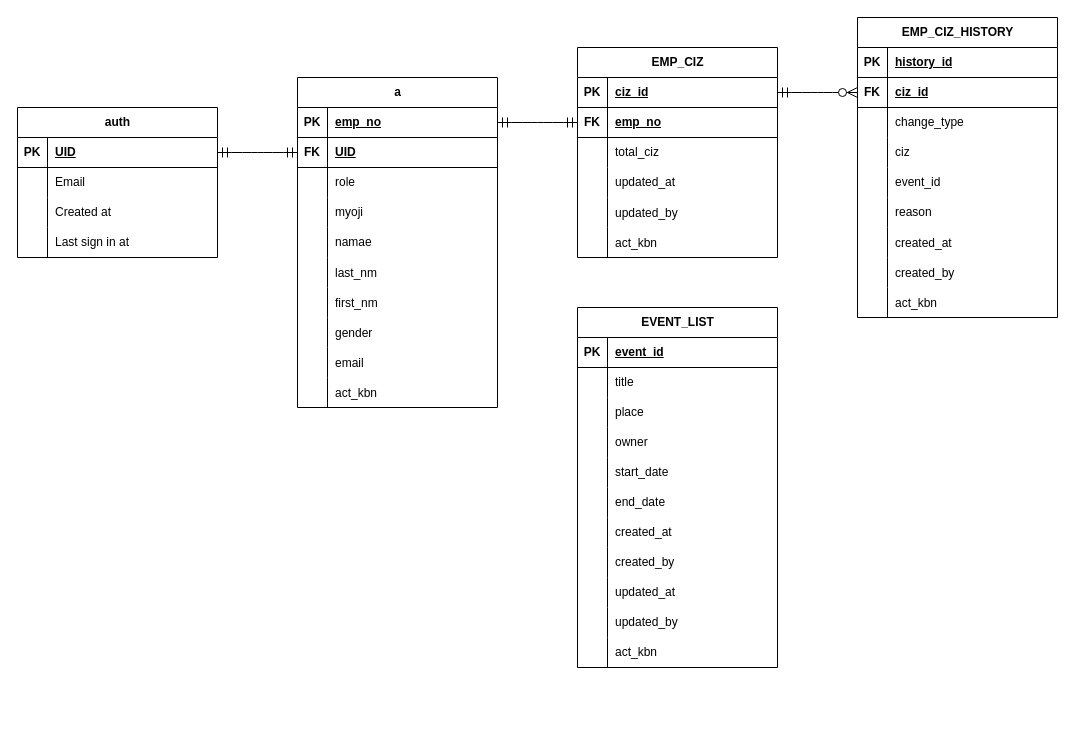
Above: sopha.drawio in FumiyaOtokozawa/sopha (draw.io), before the change. Source tidied: cells renumbered, new cells numbered last; positions are measured from the earlier drawing's top-left corner, leaving out a move shared by most shapes. Both pictures are drawn from the tidied source at 100%, with x=0, y=0 at pixel (17, 17).
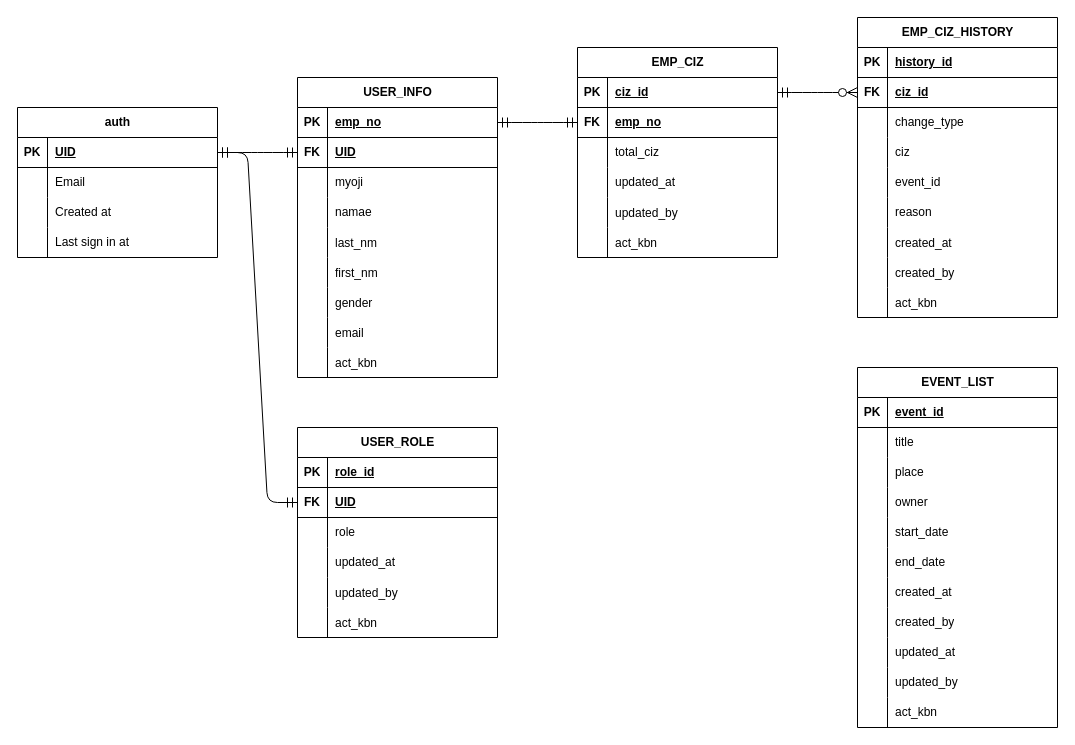
The same diagram, later.

Commit message:
sopha.drawio を更新します

Unchanged cells that the change refers to:
```xml
<mxCell id="3" style="shape=tableRow;horizontal=0;startSize=0;swimlaneHead=0;swimlaneBody=0;fillColor=none;points=[[0,0.5],[1,0.5]];portConstraint=eastwest;top=0;left=0;right=0;bottom=1;" parent="2" vertex="1">
  <mxGeometry y="30" width="200" height="30" as="geometry" />
</mxCell>
```

Change to the diagram source:
```diff
@@
-    <mxCell id="16" value="a" style="shape=table;startSize=30;childLayout=tableLayout;rowLines=0;fontStyle=1;align=center;html=1;" parent="1" vertex="1">
-      <mxGeometry x="280" y="60" width="200" height="330" as="geometry" />
+    <mxCell id="16" value="USER_INFO" style="shape=table;startSize=30;childLayout=tableLayout;rowLines=0;fontStyle=1;align=center;html=1;" parent="1" vertex="1">
+      <mxGeometry x="280" y="60" width="200" height="300" as="geometry" />
     </mxCell>
@@
-    <mxCell id="23" style="shape=tableRow;horizontal=0;startSize=0;swimlaneHead=0;swimlaneBody=0;fillColor=none;top=0;left=0;right=0;bottom=0;" parent="16" vertex="1">
-      <mxGeometry y="90" width="200" height="30" as="geometry" />
-    </mxCell>
-    <mxCell id="24" style="shape=partialRectangle;fillColor=none;top=0;left=0;bottom=0;right=0;overflow=hidden;whiteSpace=wrap;html=1;" parent="23" vertex="1">
-      <mxGeometry width="30" height="30" as="geometry" />
-    </mxCell>
-    <mxCell id="25" value="role" style="shape=partialRectangle;fillColor=none;top=0;left=0;bottom=0;right=0;align=left;spacingLeft=6;overflow=hidden;whiteSpace=wrap;html=1;" parent="23" vertex="1">
-      <mxGeometry x="30" width="170" height="30" as="geometry" />
-    </mxCell>
     <mxCell id="26" style="shape=tableRow;horizontal=0;startSize=0;swimlaneHead=0;swimlaneBody=0;fillColor=none;top=0;left=0;right=0;bottom=0;" parent="16" vertex="1">
-      <mxGeometry y="120" width="200" height="30" as="geometry" />
+      <mxGeometry y="90" width="200" height="30" as="geometry" />
     </mxCell>
@@
     <mxCell id="29" style="shape=tableRow;horizontal=0;startSize=0;swimlaneHead=0;swimlaneBody=0;fillColor=none;top=0;left=0;right=0;bottom=0;" parent="16" vertex="1">
-      <mxGeometry y="150" width="200" height="30" as="geometry" />
+      <mxGeometry y="120" width="200" height="30" as="geometry" />
     </mxCell>
@@
     <mxCell id="32" style="shape=tableRow;horizontal=0;startSize=0;swimlaneHead=0;swimlaneBody=0;fillColor=none;top=0;left=0;right=0;bottom=0;" parent="16" vertex="1">
-      <mxGeometry y="180" width="200" height="30" as="geometry" />
+      <mxGeometry y="150" width="200" height="30" as="geometry" />
     </mxCell>
@@
     <mxCell id="35" style="shape=tableRow;horizontal=0;startSize=0;swimlaneHead=0;swimlaneBody=0;fillColor=none;top=0;left=0;right=0;bottom=0;" parent="16" vertex="1">
-      <mxGeometry y="210" width="200" height="30" as="geometry" />
+      <mxGeometry y="180" width="200" height="30" as="geometry" />
     </mxCell>
@@
     <mxCell id="38" style="shape=tableRow;horizontal=0;startSize=0;swimlaneHead=0;swimlaneBody=0;fillColor=none;top=0;left=0;right=0;bottom=0;" parent="16" vertex="1">
-      <mxGeometry y="240" width="200" height="30" as="geometry" />
+      <mxGeometry y="210" width="200" height="30" as="geometry" />
     </mxCell>
@@
     <mxCell id="41" style="shape=tableRow;horizontal=0;startSize=0;swimlaneHead=0;swimlaneBody=0;fillColor=none;top=0;left=0;right=0;bottom=0;" parent="16" vertex="1">
-      <mxGeometry y="270" width="200" height="30" as="geometry" />
+      <mxGeometry y="240" width="200" height="30" as="geometry" />
     </mxCell>
@@
     <mxCell id="44" style="shape=tableRow;horizontal=0;startSize=0;swimlaneHead=0;swimlaneBody=0;fillColor=none;top=0;left=0;right=0;bottom=0;" parent="16" vertex="1">
-      <mxGeometry y="300" width="200" height="30" as="geometry" />
+      <mxGeometry y="270" width="200" height="30" as="geometry" />
     </mxCell>
@@
     <mxCell id="96" value="EVENT_LIST" style="shape=table;startSize=30;childLayout=tableLayout;rowLines=0;fontStyle=1;align=center;html=1;" parent="1" vertex="1">
-      <mxGeometry x="560" y="290" width="200" height="360" as="geometry" />
+      <mxGeometry x="840" y="350" width="200" height="360" as="geometry" />
     </mxCell>
@@
+    <mxCell id="130" value="USER_ROLE" style="shape=table;startSize=30;childLayout=tableLayout;rowLines=0;fontStyle=1;align=center;html=1;" parent="1" vertex="1">
+      <mxGeometry x="280" y="410" width="200" height="210" as="geometry" />
+    </mxCell>
+    <mxCell id="131" style="shape=tableRow;horizontal=0;startSize=0;swimlaneHead=0;swimlaneBody=0;fillColor=none;top=0;left=0;right=0;bottom=1;" parent="130" vertex="1">
+      <mxGeometry y="30" width="200" height="30" as="geometry" />
+    </mxCell>
+    <mxCell id="132" value="PK" style="shape=partialRectangle;fillColor=none;top=0;left=0;bottom=0;right=0;fontStyle=1;overflow=hidden;whiteSpace=wrap;html=1;" parent="131" vertex="1">
+      <mxGeometry width="30" height="30" as="geometry" />
+    </mxCell>
+    <mxCell id="133" value="role_id" style="shape=partialRectangle;fillColor=none;top=0;left=0;bottom=0;right=0;align=left;spacingLeft=6;fontStyle=5;overflow=hidden;whiteSpace=wrap;html=1;" parent="131" vertex="1">
+      <mxGeometry x="30" width="170" height="30" as="geometry" />
+    </mxCell>
+    <mxCell id="134" style="shape=tableRow;horizontal=0;startSize=0;swimlaneHead=0;swimlaneBody=0;fillColor=none;points=[[0,0.5],[1,0.5]];portConstraint=eastwest;top=0;left=0;right=0;bottom=1;" parent="130" vertex="1">
+      <mxGeometry y="60" width="200" height="30" as="geometry" />
+    </mxCell>
+    <mxCell id="135" value="FK" style="shape=partialRectangle;fillColor=none;top=0;left=0;bottom=0;right=0;fontStyle=1;overflow=hidden;whiteSpace=wrap;html=1;" parent="134" vertex="1">
+      <mxGeometry width="30" height="30" as="geometry" />
+    </mxCell>
+    <mxCell id="136" value="UID" style="shape=partialRectangle;fillColor=none;top=0;left=0;bottom=0;right=0;align=left;spacingLeft=6;fontStyle=5;overflow=hidden;whiteSpace=wrap;html=1;" parent="134" vertex="1">
+      <mxGeometry x="30" width="170" height="30" as="geometry" />
+    </mxCell>
+    <mxCell id="23" style="shape=tableRow;horizontal=0;startSize=0;swimlaneHead=0;swimlaneBody=0;fillColor=none;top=0;left=0;right=0;bottom=0;" parent="130" vertex="1">
+      <mxGeometry y="90" width="200" height="30" as="geometry" />
+    </mxCell>
+    <mxCell id="137" style="shape=partialRectangle;fillColor=none;top=0;left=0;bottom=0;right=0;overflow=hidden;whiteSpace=wrap;html=1;" parent="23" vertex="1">
+      <mxGeometry width="30" height="30" as="geometry" />
+    </mxCell>
+    <mxCell id="25" value="role" style="shape=partialRectangle;fillColor=none;top=0;left=0;bottom=0;right=0;align=left;spacingLeft=6;overflow=hidden;whiteSpace=wrap;html=1;" parent="23" vertex="1">
+      <mxGeometry x="30" width="170" height="30" as="geometry" />
+    </mxCell>
+    <mxCell id="138" style="shape=tableRow;horizontal=0;startSize=0;swimlaneHead=0;swimlaneBody=0;fillColor=none;top=0;left=0;right=0;bottom=0;" parent="130" vertex="1">
+      <mxGeometry y="120" width="200" height="30" as="geometry" />
+    </mxCell>
+    <mxCell id="139" style="shape=partialRectangle;fillColor=none;top=0;left=0;bottom=0;right=0;overflow=hidden;whiteSpace=wrap;html=1;" parent="138" vertex="1">
+      <mxGeometry width="30" height="30" as="geometry" />
+    </mxCell>
+    <mxCell id="140" value="updated_at" style="shape=partialRectangle;fillColor=none;top=0;left=0;bottom=0;right=0;align=left;spacingLeft=6;overflow=hidden;whiteSpace=wrap;html=1;" parent="138" vertex="1">
+      <mxGeometry x="30" width="170" height="30" as="geometry" />
+    </mxCell>
+    <mxCell id="141" style="shape=tableRow;horizontal=0;startSize=0;swimlaneHead=0;swimlaneBody=0;fillColor=none;top=0;left=0;right=0;bottom=0;" parent="130" vertex="1">
+      <mxGeometry y="150" width="200" height="30" as="geometry" />
+    </mxCell>
+    <mxCell id="142" style="shape=partialRectangle;fillColor=none;top=0;left=0;bottom=0;right=0;overflow=hidden;" parent="141" vertex="1">
+      <mxGeometry width="30" height="30" as="geometry" />
+    </mxCell>
+    <mxCell id="143" value="updated_by" style="shape=partialRectangle;fillColor=none;top=0;left=0;bottom=0;right=0;align=left;spacingLeft=6;overflow=hidden;" parent="141" vertex="1">
+      <mxGeometry x="30" width="170" height="30" as="geometry" />
+    </mxCell>
+    <mxCell id="144" style="shape=tableRow;horizontal=0;startSize=0;swimlaneHead=0;swimlaneBody=0;fillColor=none;top=0;left=0;right=0;bottom=0;" parent="130" vertex="1">
+      <mxGeometry y="180" width="200" height="30" as="geometry" />
+    </mxCell>
+    <mxCell id="145" style="shape=partialRectangle;fillColor=none;top=0;left=0;bottom=0;right=0;overflow=hidden;" parent="144" vertex="1">
+      <mxGeometry width="30" height="30" as="geometry" />
+    </mxCell>
+    <mxCell id="146" value="act_kbn" style="shape=partialRectangle;fillColor=none;top=0;left=0;bottom=0;right=0;align=left;spacingLeft=6;overflow=hidden;" parent="144" vertex="1">
+      <mxGeometry x="30" width="170" height="30" as="geometry" />
+    </mxCell>
+    <mxCell id="147" style="edgeStyle=entityRelationEdgeStyle;fontSize=12;html=1;endArrow=ERmandOne;startArrow=ERmandOne;rounded=1;startSize=8;endSize=8;curved=0;exitX=1;exitY=0.5;exitDx=0;exitDy=0;entryX=0;entryY=0.5;entryDx=0;entryDy=0;" parent="1" edge="1" source="3" target="134">
+      <mxGeometry relative="1" as="geometry" />
+    </mxCell>
```
